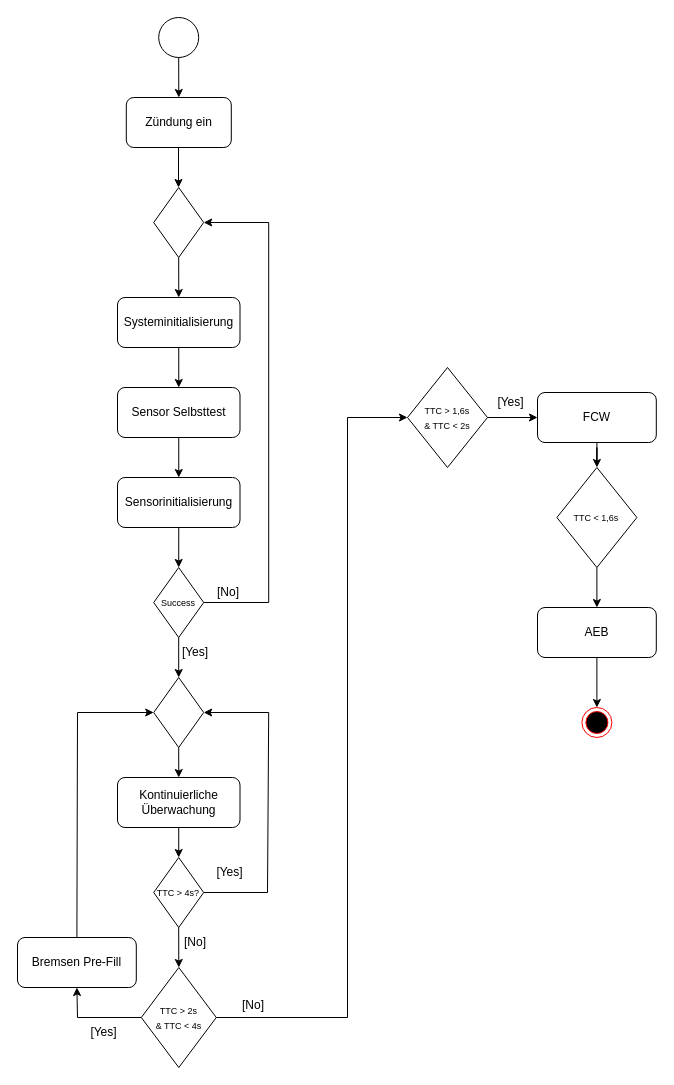
This is Activity Diagram General.drawio from Nickcoby/Informatik-in-Fzgsystemen, a draw.io file, before an edit. Source tidied: cells renumbered, new cells numbered last; positions are measured from the earlier drawing's top-left corner, leaving out a move shared by most shapes. Both pictures are drawn from the tidied source at 100%, with x=0, y=0 at pixel (17, 17).
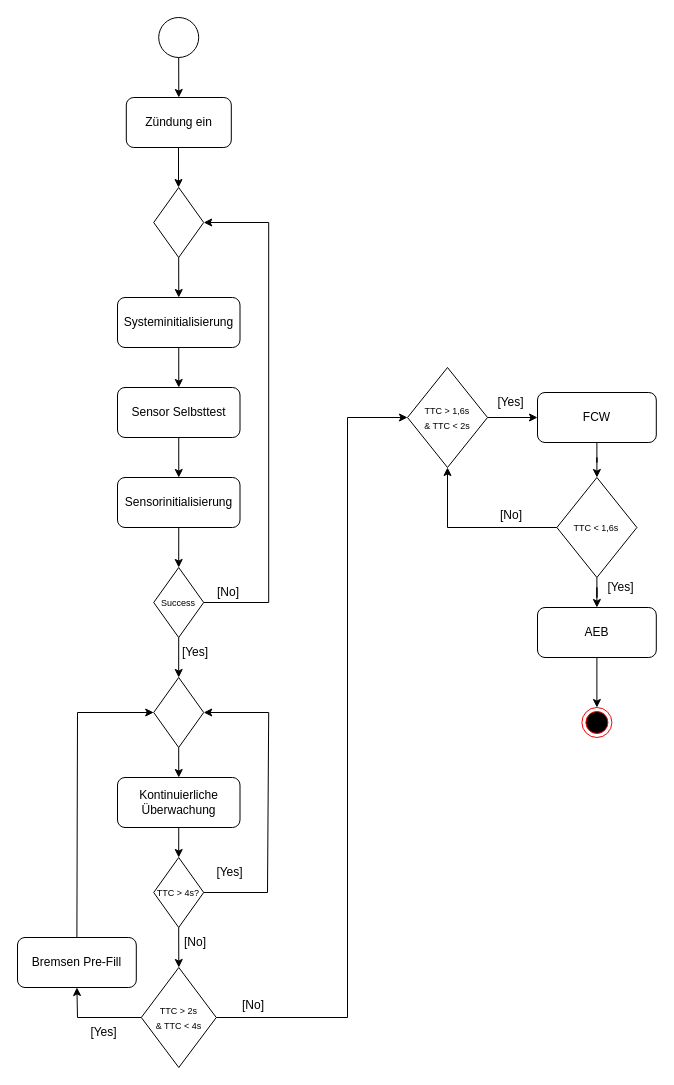
The same page after the edit.

Commit message:
Neue ding

Unchanged cells that the change refers to:
```xml
<mxCell id="31" value="&lt;font style=&quot;font-size: 9px;&quot;&gt;TTC &amp;gt; 1,6s&lt;/font&gt;&lt;div&gt;&lt;font style=&quot;font-size: 9px;&quot;&gt;&amp;amp; TTC &amp;lt; 2s&lt;/font&gt;&lt;/div&gt;" style="rhombus;whiteSpace=wrap;html=1;fillColor=none;fontColor=light-dark(#000000,#000000);" parent="1" vertex="1">
  <mxGeometry x="390" y="350" width="80" height="100" as="geometry" />
</mxCell>
```

The edit, as a diff of the source:
```diff
@@
     <mxCell id="41" value="&lt;font style=&quot;font-size: 9px;&quot;&gt;TTC &amp;lt; 1,6s&lt;/font&gt;" style="rhombus;whiteSpace=wrap;html=1;fillColor=none;fontColor=light-dark(#000000,#000000);" parent="1" vertex="1">
-      <mxGeometry x="539.4" y="450" width="80" height="100" as="geometry" />
+      <mxGeometry x="539.4" y="460" width="80" height="100" as="geometry" />
     </mxCell>
@@
+    <mxCell id="45" value="[Yes]" style="text;html=1;whiteSpace=wrap;strokeColor=none;fillColor=none;align=center;verticalAlign=middle;rounded=0;" parent="1" vertex="1">
+      <mxGeometry x="590" y="565" width="27" height="10" as="geometry" />
+    </mxCell>
+    <mxCell id="46" style="edgeStyle=orthogonalEdgeStyle;rounded=0;jettySize=auto;html=1;entryX=0.5;entryY=1;entryDx=0;entryDy=0;exitX=0;exitY=0.5;exitDx=0;exitDy=0;" parent="1" edge="1" source="41" target="31">
+      <mxGeometry relative="1" as="geometry" />
+    </mxCell>
+    <mxCell id="47" value="[No]" style="text;html=1;whiteSpace=wrap;strokeColor=none;fillColor=none;align=center;verticalAlign=middle;rounded=0;" parent="1" vertex="1">
+      <mxGeometry x="483.5" y="490" width="20" height="16" as="geometry" />
+    </mxCell>
```
